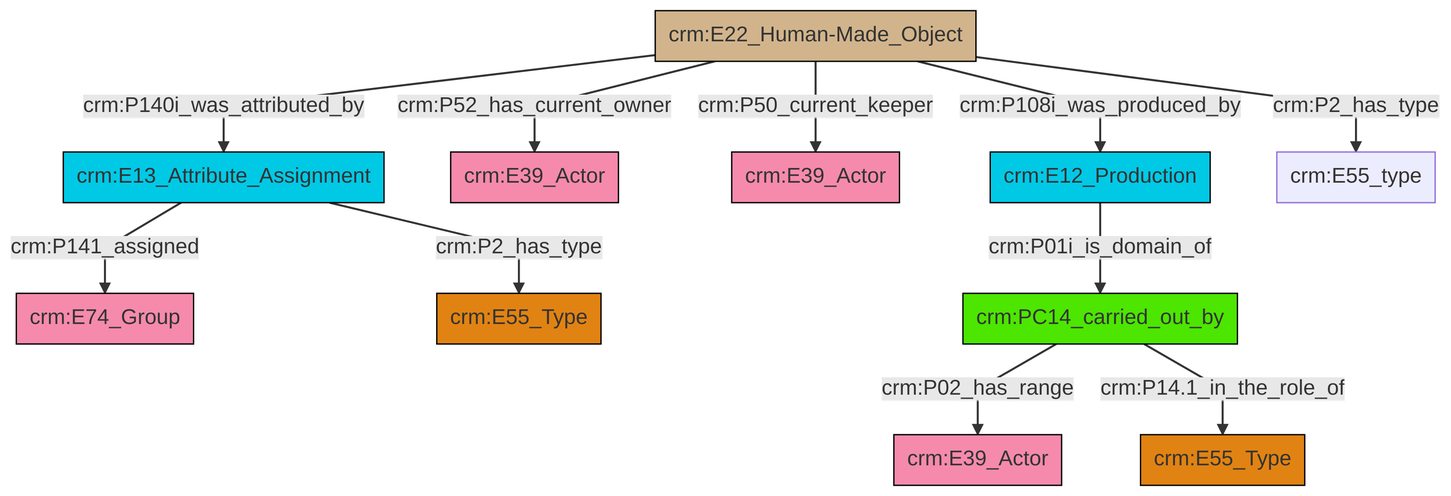
The Mermaid diagram et/artworkCSV/ttl/mmd/png/Artwork_Actor_Relations.png in swiss-art-research-net/reference-data-models, before a commit. Its source is kept beside it as et/artworkCSV/ttl/mmd/Artwork_Actor_Relations.ttl.mmd.
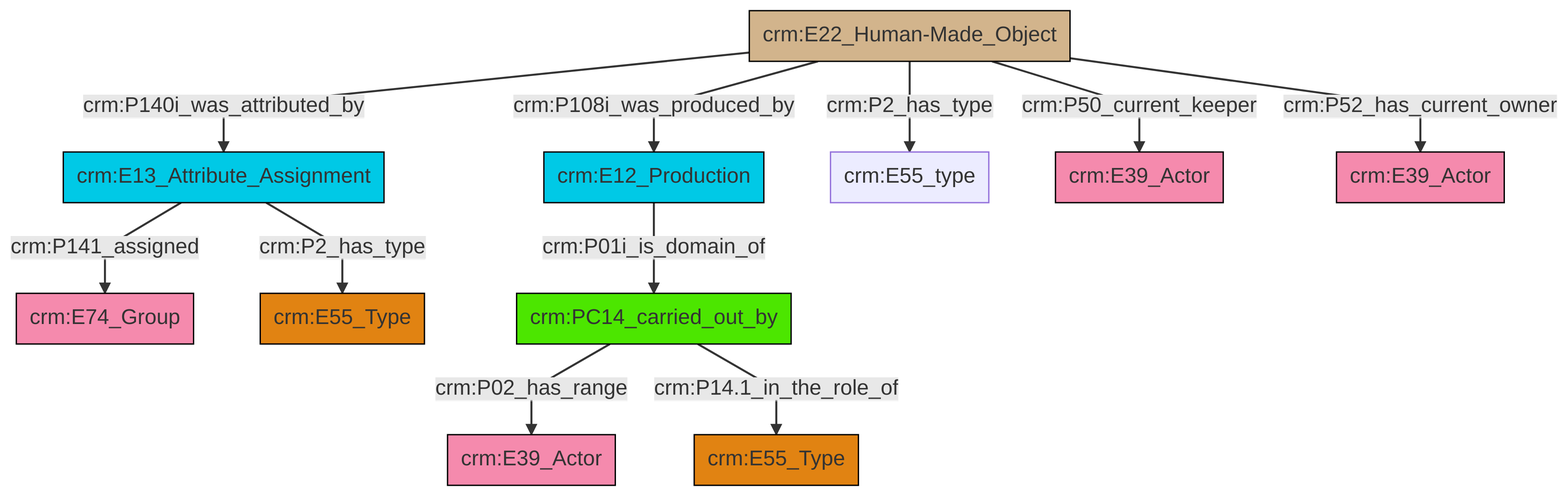
Later version of the same file.

The edit, as a diff of the source:
```diff
@@ -13,13 +13,13 @@
 classDef PC_Classes fill:#4ce600, stroke:#000000;
 classDef Multi fill:#cccccc,stroke:#000000;
 
-0["crm:E13_Attribute_Assignment"]:::Temporal_Entity -->|crm:P141_assigned| 1["crm:E74_Group"]:::Actor
-3["crm:E22_Human-Made_Object"]:::Physical_Thing -->|crm:P52_has_current_owner| 4["crm:E39_Actor"]:::Actor
-9["crm:E12_Production"]:::Temporal_Entity -->|crm:P01i_is_domain_of| 10["crm:PC14_carried_out_by"]:::PC_Classes
-3["crm:E22_Human-Made_Object"]:::Physical_Thing -->|crm:P140i_was_attributed_by| 0["crm:E13_Attribute_Assignment"]:::Temporal_Entity
-10["crm:PC14_carried_out_by"]:::PC_Classes -->|crm:P02_has_range| 13["crm:E39_Actor"]:::Actor
-10["crm:PC14_carried_out_by"]:::PC_Classes -->|crm:P14.1_in_the_role_of| 15["crm:E55_Type"]:::Type
-3["crm:E22_Human-Made_Object"]:::Physical_Thing -->|crm:P108i_was_produced_by| 9["crm:E12_Production"]:::Temporal_Entity
-3["crm:E22_Human-Made_Object"]:::Physical_Thing -->|crm:P50_current_keeper| 7["crm:E39_Actor"]:::Actor
-3["crm:E22_Human-Made_Object"]:::Physical_Thing -->|crm:P2_has_type| 18["crm:E55_type"]:::Default
-0["crm:E13_Attribute_Assignment"]:::Temporal_Entity -->|crm:P2_has_type| 5["crm:E55_Type"]:::Type
+2["crm:E13_Attribute_Assignment"]:::Temporal_Entity -->|crm:P2_has_type| 3["crm:E55_Type"]:::Type
+7["crm:PC14_carried_out_by"]:::PC_Classes -->|crm:P02_has_range| 8["crm:E39_Actor"]:::Actor
+2["crm:E13_Attribute_Assignment"]:::Temporal_Entity -->|crm:P141_assigned| 0["crm:E74_Group"]:::Actor
+9["crm:E22_Human-Made_Object"]:::Physical_Thing -->|crm:P2_has_type| 11["crm:E55_type"]:::Default
+9["crm:E22_Human-Made_Object"]:::Physical_Thing -->|crm:P50_current_keeper| 15["crm:E39_Actor"]:::Actor
+9["crm:E22_Human-Made_Object"]:::Physical_Thing -->|crm:P52_has_current_owner| 16["crm:E39_Actor"]:::Actor
+9["crm:E22_Human-Made_Object"]:::Physical_Thing -->|crm:P140i_was_attributed_by| 2["crm:E13_Attribute_Assignment"]:::Temporal_Entity
+7["crm:PC14_carried_out_by"]:::PC_Classes -->|crm:P14.1_in_the_role_of| 13["crm:E55_Type"]:::Type
+9["crm:E22_Human-Made_Object"]:::Physical_Thing -->|crm:P108i_was_produced_by| 4["crm:E12_Production"]:::Temporal_Entity
+4["crm:E12_Production"]:::Temporal_Entity -->|crm:P01i_is_domain_of| 7["crm:PC14_carried_out_by"]:::PC_Classes
```
